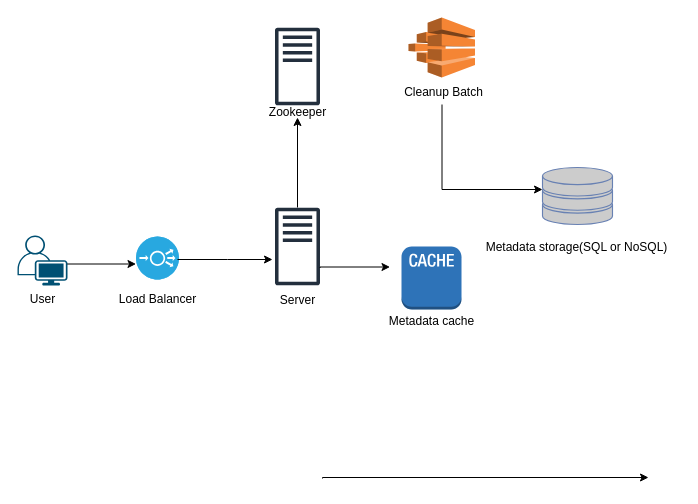
Above: tinyurl/high_level_design.drawio in youdawon/systemDesign (draw.io), before the change. Source tidied: cells renumbered, new cells numbered last; positions are measured from the earlier drawing's top-left corner, leaving out a move shared by most shapes. Both pictures are drawn from the tidied source at 100%, with x=0, y=0 at pixel (17, 17).
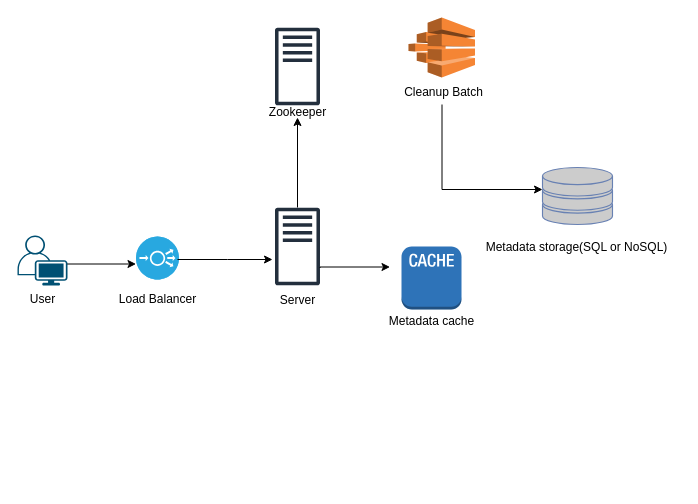
The same diagram, later.

The edit, as a diff of the source:
```diff
@@
-    <mxCell id="15" style="edgeStyle=orthogonalEdgeStyle;rounded=0;orthogonalLoop=1;jettySize=auto;html=1;entryX=0;entryY=0.86;entryDx=0;entryDy=0;entryPerimeter=0;" parent="1" edge="1">
-      <mxGeometry relative="1" as="geometry">
-        <mxPoint x="305" y="461" as="sourcePoint" />
-        <mxPoint x="631" y="460" as="targetPoint" />
-        <Array as="points">
-          <mxPoint x="305" y="460" />
-        </Array>
-      </mxGeometry>
-    </mxCell>
```
